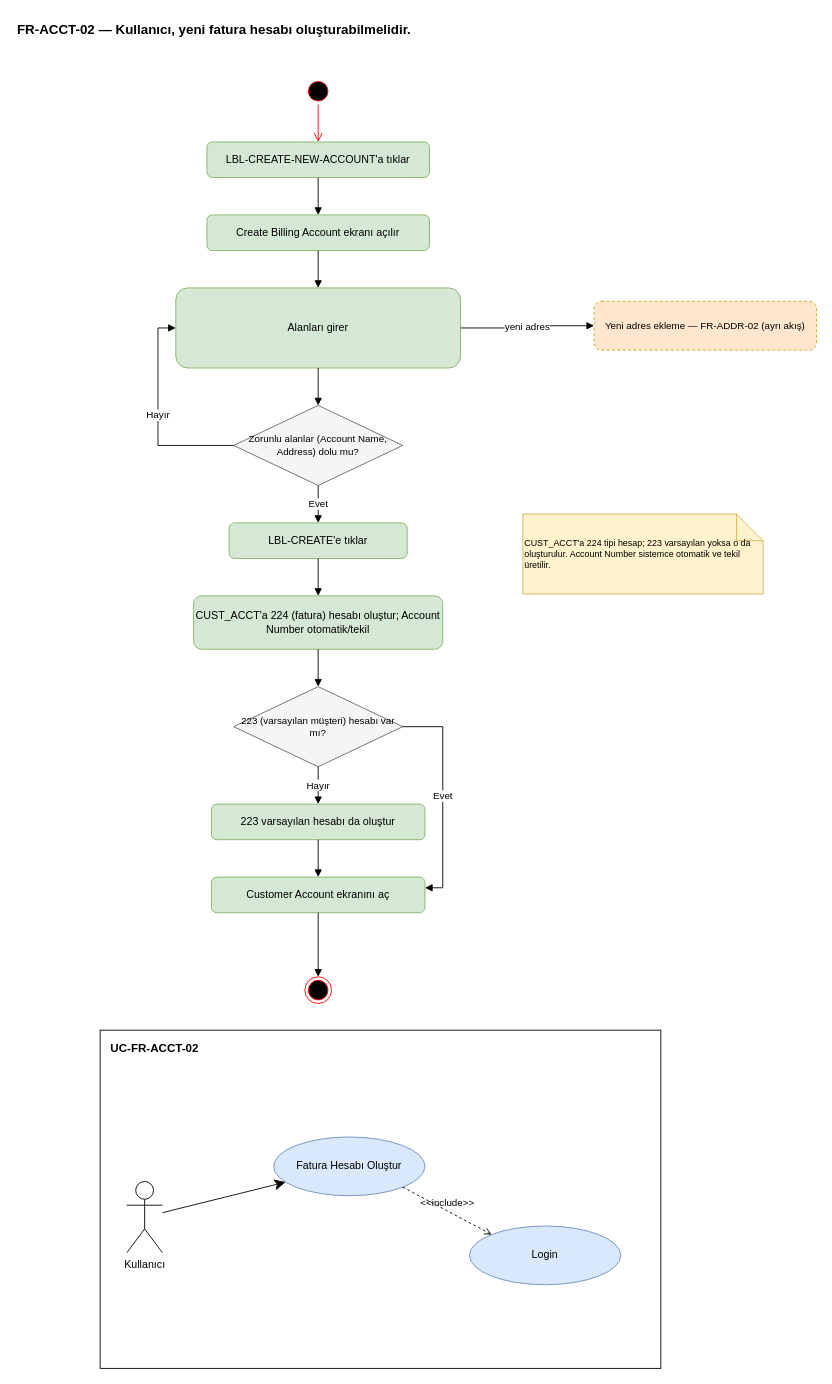
Before: page "FR-ACCT-02 Fatura Hesabı Oluşturma" (17 of 24) of docs/source/diagrams/CRMLite_Diagrams_Final.drawio in CRM-LITE-SKUNK-WORKS/crm-lite-project, a draw.io diagram. Source tidied: cells renumbered, new cells numbered last; positions are measured from the earlier drawing's top-left corner, leaving out a move shared by most shapes. Both pictures are drawn from the tidied source at 89%, with x=0, y=0 at pixel (15, 15).
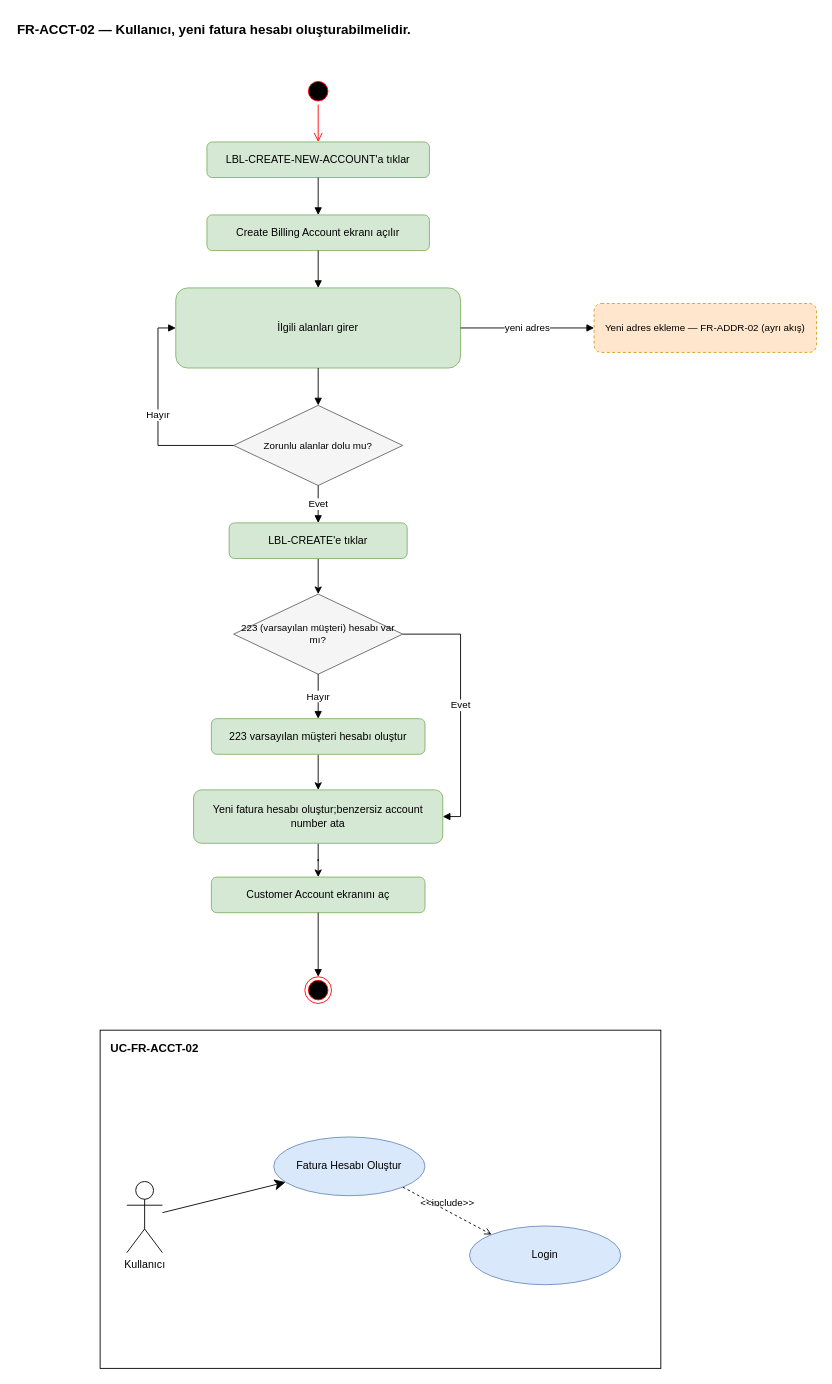
After the change.

The change refers to these unchanged cells:
```xml
<mxCell id="7" value="LBL-CREATE'e tıklar" style="rounded=1;whiteSpace=wrap;html=1;fillColor=#d5e8d4;strokeColor=#82b366;fontSize=12;" parent="1" vertex="1">
  <mxGeometry x="240" y="570" width="200" height="40" as="geometry" />
</mxCell>
<mxCell id="11" value="Customer Account ekranını aç" style="rounded=1;whiteSpace=wrap;html=1;fillColor=#d5e8d4;strokeColor=#82b366;fontSize=12;" parent="1" vertex="1">
  <mxGeometry x="220" y="968" width="240" height="40" as="geometry" />
</mxCell>
```

The edit, as a diff of the source:
```diff
@@
-    <mxCell id="5" value="Alanları girer" style="rounded=1;whiteSpace=wrap;html=1;fillColor=#d5e8d4;strokeColor=#82b366;fontSize=12;" parent="1" vertex="1">
+    <mxCell id="5" value="İlgili alanları girer" style="rounded=1;whiteSpace=wrap;html=1;fillColor=#d5e8d4;strokeColor=#82b366;fontSize=12;" parent="1" vertex="1">
       <mxGeometry x="180" y="306" width="320" height="90" as="geometry" />
     </mxCell>
-    <mxCell id="6" value="Zorunlu alanlar (Account Name, Address) dolu mu?" style="rhombus;whiteSpace=wrap;html=1;fillColor=#f5f5f5;strokeColor=#666666;fontSize=11;" parent="1" vertex="1">
+    <mxCell id="6" value="Zorunlu alanlar dolu mu?" style="rhombus;whiteSpace=wrap;html=1;fillColor=#f5f5f5;strokeColor=#666666;fontSize=11;" parent="1" vertex="1">
       <mxGeometry x="245" y="438" width="190" height="90" as="geometry" />
     </mxCell>
+    <mxCell id="35" style="edgeStyle=orthogonalEdgeStyle;rounded=0;jettySize=auto;html=1;exitX=0.5;exitY=1;exitDx=0;exitDy=0;entryX=0.5;entryY=0;entryDx=0;entryDy=0;" parent="1" edge="1" source="7" target="9">
+      <mxGeometry relative="1" as="geometry" />
+    </mxCell>
@@
+    <mxCell id="36" style="edgeStyle=orthogonalEdgeStyle;rounded=0;jettySize=auto;html=1;exitX=0.5;exitY=1;exitDx=0;exitDy=0;" parent="1" edge="1" source="8" target="11">
+      <mxGeometry relative="1" as="geometry" />
+    </mxCell>
-    <mxCell id="8" value="CUST_ACCT'a 224 (fatura) hesabı oluştur; Account Number otomatik/tekil" style="rounded=1;whiteSpace=wrap;html=1;fillColor=#d5e8d4;strokeColor=#82b366;fontSize=12;" parent="1" vertex="1">
-      <mxGeometry x="200" y="652" width="280" height="60" as="geometry" />
+    <mxCell id="8" value="Yeni fatura hesabı oluştur;benzersiz account number ata" style="rounded=1;whiteSpace=wrap;html=1;fillColor=#d5e8d4;strokeColor=#82b366;fontSize=12;" parent="1" vertex="1">
+      <mxGeometry x="200" y="870" width="280" height="60" as="geometry" />
     </mxCell>
     <mxCell id="9" value="223 (varsayılan müşteri) hesabı var mı?" style="rhombus;whiteSpace=wrap;html=1;fillColor=#f5f5f5;strokeColor=#666666;fontSize=11;" parent="1" vertex="1">
-      <mxGeometry x="245" y="754" width="190" height="90" as="geometry" />
+      <mxGeometry x="245" y="650" width="190" height="90" as="geometry" />
     </mxCell>
+    <mxCell id="37" style="edgeStyle=orthogonalEdgeStyle;rounded=0;jettySize=auto;html=1;exitX=0.5;exitY=1;exitDx=0;exitDy=0;entryX=0.5;entryY=0;entryDx=0;entryDy=0;" parent="1" edge="1" source="10" target="8">
+      <mxGeometry relative="1" as="geometry" />
+    </mxCell>
-    <mxCell id="10" value="223 varsayılan hesabı da oluştur" style="rounded=1;whiteSpace=wrap;html=1;fillColor=#d5e8d4;strokeColor=#82b366;fontSize=12;" parent="1" vertex="1">
-      <mxGeometry x="220" y="886" width="240" height="40" as="geometry" />
+    <mxCell id="10" value="223 varsayılan müşteri hesabı oluştur" style="rounded=1;whiteSpace=wrap;html=1;fillColor=#d5e8d4;strokeColor=#82b366;fontSize=12;" parent="1" vertex="1">
+      <mxGeometry x="220" y="790" width="240" height="40" as="geometry" />
     </mxCell>
@@
     <mxCell id="12" value="Yeni adres ekleme — FR-ADDR-02 (ayrı akış)" style="rounded=1;dashed=1;whiteSpace=wrap;html=1;fillColor=#ffe6cc;strokeColor=#d79b00;fontSize=11;" parent="1" vertex="1">
-      <mxGeometry x="650" y="321" width="250" height="55" as="geometry" />
+      <mxGeometry x="650" y="323.5" width="250" height="55" as="geometry" />
     </mxCell>
-    <mxCell id="13" value="CUST_ACCT'a 224 tipi hesap; 223 varsayılan yoksa o da oluşturulur. Account Number sistemce otomatik ve tekil üretilir." style="shape=note;whiteSpace=wrap;html=1;fillColor=#fff2cc;strokeColor=#d6b656;align=left;fontSize=10;" parent="1" vertex="1">
-      <mxGeometry x="570" y="560" width="270" height="90" as="geometry" />
-    </mxCell>
@@
-    <mxCell id="20" style="edgeStyle=orthogonalEdgeStyle;rounded=0;html=1;endArrow=block;endFill=1;jettySize=auto;" parent="1" edge="1" source="7" target="8">
-      <mxGeometry relative="1" as="geometry" />
-    </mxCell>
-    <mxCell id="21" style="edgeStyle=orthogonalEdgeStyle;rounded=0;html=1;endArrow=block;endFill=1;jettySize=auto;" parent="1" edge="1" source="8" target="9">
-      <mxGeometry relative="1" as="geometry" />
-    </mxCell>
-    <mxCell id="22" value="Hayır" style="edgeStyle=orthogonalEdgeStyle;rounded=0;html=1;endArrow=block;endFill=1;jettySize=auto;" parent="1" edge="1" source="9" target="10">
+    <mxCell id="22" value="Hayır" style="edgeStyle=orthogonalEdgeStyle;rounded=0;html=1;endArrow=block;endFill=1;jettySize=auto;entryX=0.5;entryY=0;entryDx=0;entryDy=0;" parent="1" edge="1" source="9" target="10">
       <mxGeometry relative="1" as="geometry" />
     </mxCell>
-    <mxCell id="23" style="edgeStyle=orthogonalEdgeStyle;rounded=0;html=1;endArrow=block;endFill=1;jettySize=auto;" parent="1" edge="1" source="10" target="11">
-      <mxGeometry relative="1" as="geometry" />
-    </mxCell>
-    <mxCell id="24" value="Evet" style="edgeStyle=orthogonalEdgeStyle;rounded=0;html=1;endArrow=block;endFill=1;jettySize=auto;exitX=1;exitY=0.5;exitDx=0;exitDy=0;entryX=1;entryY=0.3;entryDx=0;entryDy=0;" parent="1" edge="1" source="9" target="11">
+    <mxCell id="24" value="Evet" style="edgeStyle=orthogonalEdgeStyle;rounded=0;html=1;endArrow=block;endFill=1;jettySize=auto;exitX=1;exitY=0.5;exitDx=0;exitDy=0;entryX=1;entryY=0.5;entryDx=0;entryDy=0;" parent="1" edge="1" source="9" target="8">
       <mxGeometry relative="1" as="geometry" />
     </mxCell>
```
